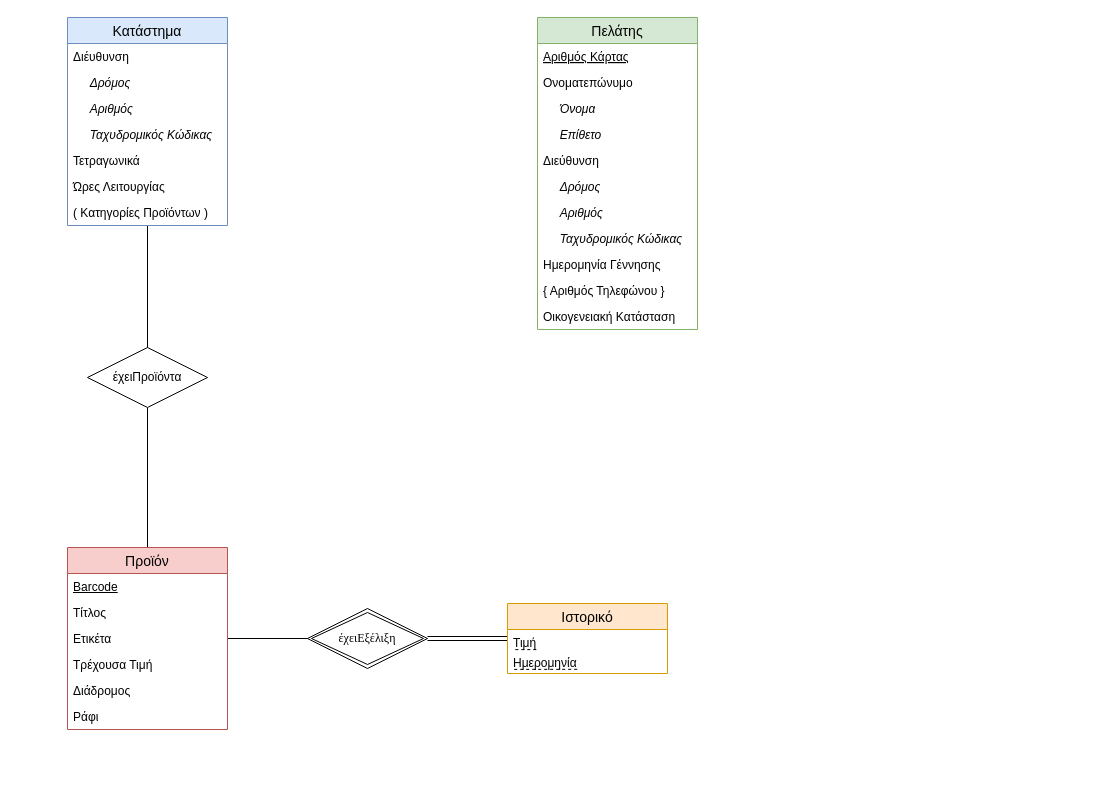
Before: Market_ERDiagram.drawio in konskov/DataBases, a draw.io diagram. Source tidied: cells renumbered, new cells numbered last; positions are measured from the earlier drawing's top-left corner, leaving out a move shared by most shapes. Both pictures are drawn from the tidied source at 100%, with x=0, y=0 at pixel (67, 17).
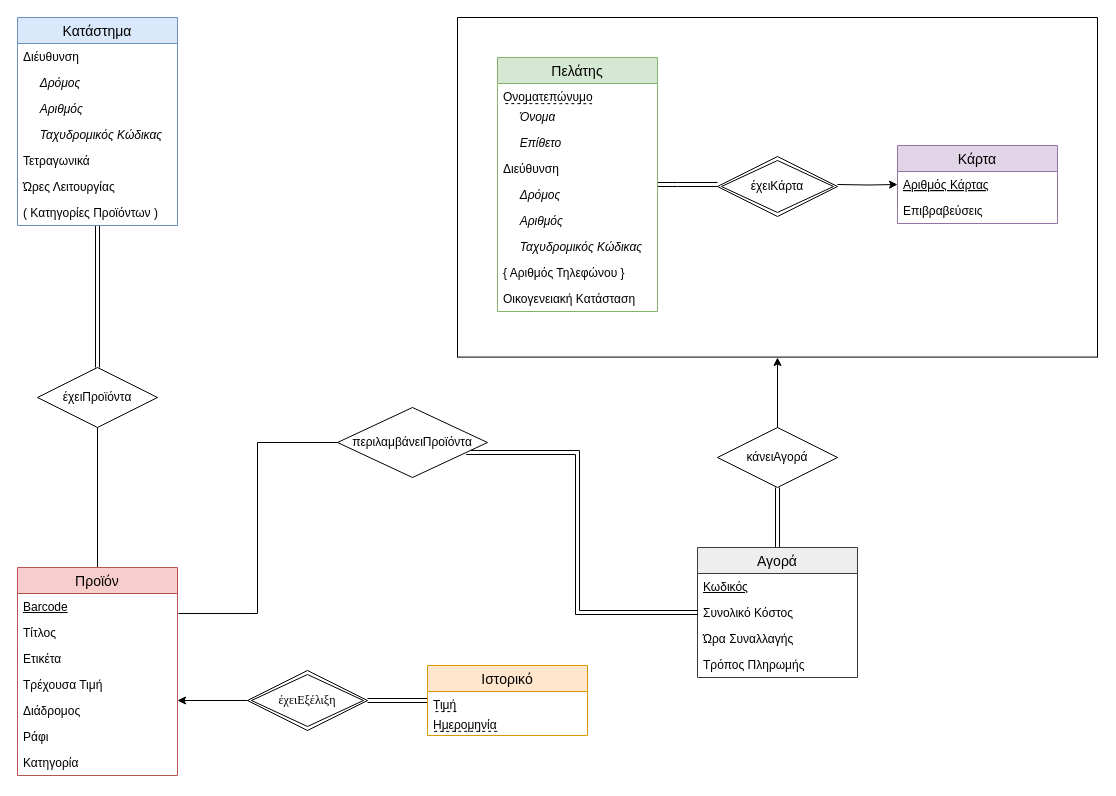
The same diagram, later.

Commit message:
Improvements on ER digram

The change refers to these unchanged cells:
```xml
<mxCell id="17" value="&lt;u&gt;Barcode&lt;/u&gt;" style="text;strokeColor=none;fillColor=none;spacingLeft=4;spacingRight=4;overflow=hidden;points=[[0,0.5],[1,0.5]];portConstraint=eastwest;fontSize=12;dashed=1;labelBackgroundColor=none;align=left;html=1;" parent="16" vertex="1">
  <mxGeometry y="26" width="160" height="26" as="geometry" />
</mxCell>
```

What changed in the source:
```diff
@@
     <mxCell id="3" value="έχειΠροϊόντα" style="shape=rhombus;perimeter=rhombusPerimeter;whiteSpace=wrap;html=1;align=center;" parent="1" vertex="1">
-      <mxGeometry x="20" y="330" width="120" height="60" as="geometry" />
+      <mxGeometry x="-30" y="350" width="120" height="60" as="geometry" />
     </mxCell>
-    <mxCell id="4" style="edgeStyle=orthogonalEdgeStyle;rounded=0;jettySize=auto;html=1;endArrow=none;endFill=0;fontFamily=Times New Roman;" parent="1" edge="1" source="5" target="3">
+    <mxCell id="4" style="edgeStyle=orthogonalEdgeStyle;rounded=0;jettySize=auto;html=1;endArrow=none;endFill=0;fontFamily=Times New Roman;shape=link;" parent="1" edge="1" source="5" target="3">
       <mxGeometry relative="1" as="geometry" />
     </mxCell>
+    <mxCell id="13" style="edgeStyle=orthogonalEdgeStyle;shape=link;rounded=0;jettySize=auto;html=1;endArrow=none;endFill=0;fontFamily=Times New Roman;" parent="1" edge="1" source="15" target="23">
+      <mxGeometry relative="1" as="geometry" />
+    </mxCell>
+    <mxCell id="14" style="edgeStyle=orthogonalEdgeStyle;rounded=0;jettySize=auto;html=1;endArrow=classic;endFill=1;fontFamily=Times New Roman;" parent="1" edge="1" source="15" target="16">
+      <mxGeometry relative="1" as="geometry">
+        <Array as="points">
+          <mxPoint x="180" y="683" />
+          <mxPoint x="180" y="683" />
+        </Array>
+      </mxGeometry>
+    </mxCell>
+    <mxCell id="15" value="έχειΕξέλιξη" style="shape=rhombus;double=1;perimeter=rhombusPerimeter;whiteSpace=wrap;html=1;align=center;labelBackgroundColor=none;fontFamily=Times New Roman;" parent="1" vertex="1">
+      <mxGeometry x="180" y="653" width="120" height="60" as="geometry" />
+    </mxCell>
+    <mxCell id="40" style="edgeStyle=orthogonalEdgeStyle;rounded=0;jettySize=auto;html=1;" parent="1" edge="1" target="29">
+      <mxGeometry relative="1" as="geometry">
+        <mxPoint x="770" y="167" as="sourcePoint" />
+      </mxGeometry>
+    </mxCell>
+    <mxCell id="41" style="edgeStyle=orthogonalEdgeStyle;rounded=0;jettySize=auto;html=1;shape=link;" parent="1" edge="1" target="34">
+      <mxGeometry relative="1" as="geometry">
+        <mxPoint x="650" y="167" as="sourcePoint" />
+        <Array as="points">
+          <mxPoint x="610" y="167" />
+          <mxPoint x="610" y="167" />
+        </Array>
+      </mxGeometry>
+    </mxCell>
+    <mxCell id="42" style="endArrow=none;html=1;" parent="1" edge="1">
+      <mxGeometry relative="1" as="geometry">
+        <mxPoint x="390" y="340" as="sourcePoint" />
+        <mxPoint x="390" as="targetPoint" />
+      </mxGeometry>
+    </mxCell>
+    <mxCell id="43" style="endArrow=none;html=1;" parent="1" edge="1">
+      <mxGeometry relative="1" as="geometry">
+        <mxPoint x="1030" y="340" as="sourcePoint" />
+        <mxPoint x="1030" as="targetPoint" />
+      </mxGeometry>
+    </mxCell>
+    <mxCell id="44" style="endArrow=none;html=1;" parent="1" edge="1">
+      <mxGeometry relative="1" as="geometry">
+        <mxPoint x="390" y="339.6" as="sourcePoint" />
+        <mxPoint x="1030" y="339.6" as="targetPoint" />
+      </mxGeometry>
+    </mxCell>
+    <mxCell id="45" style="endArrow=none;html=1;" parent="1" edge="1">
+      <mxGeometry relative="1" as="geometry">
+        <mxPoint x="390" as="sourcePoint" />
+        <mxPoint x="1030" as="targetPoint" />
+      </mxGeometry>
+    </mxCell>
+    <mxCell id="46" value="έχειΚάρτα" style="shape=rhombus;double=1;perimeter=rhombusPerimeter;whiteSpace=wrap;html=1;align=center;" parent="1" vertex="1">
+      <mxGeometry x="650" y="139" width="120" height="60" as="geometry" />
+    </mxCell>
+    <mxCell id="47" style="edgeStyle=orthogonalEdgeStyle;rounded=0;jettySize=auto;html=1;endArrow=classic;endFill=1;" parent="1" edge="1" source="49">
+      <mxGeometry relative="1" as="geometry">
+        <mxPoint x="710" y="340" as="targetPoint" />
+      </mxGeometry>
+    </mxCell>
+    <mxCell id="48" style="edgeStyle=orthogonalEdgeStyle;rounded=0;jettySize=auto;html=1;endArrow=classic;endFill=1;shape=link;" parent="1" edge="1" source="49" target="54">
+      <mxGeometry relative="1" as="geometry" />
+    </mxCell>
+    <mxCell id="49" value="κάνειΑγορά" style="shape=rhombus;perimeter=rhombusPerimeter;whiteSpace=wrap;html=1;align=center;" parent="1" vertex="1">
+      <mxGeometry x="650" y="410" width="120" height="60" as="geometry" />
+    </mxCell>
     <mxCell id="5" value="Κατάστημα" style="swimlane;fontStyle=0;horizontal=1;startSize=26;align=center;fontSize=14;fillColor=#dae8fc;strokeColor=#6c8ebf;" parent="1" vertex="1">
-      <mxGeometry width="160" height="208" as="geometry" />
+      <mxGeometry x="-50" width="160" height="208" as="geometry" />
     </mxCell>
@@
-    <mxCell id="13" style="edgeStyle=orthogonalEdgeStyle;shape=link;rounded=0;jettySize=auto;html=1;endArrow=none;endFill=0;fontFamily=Times New Roman;" parent="1" edge="1" source="15" target="23">
-      <mxGeometry relative="1" as="geometry" />
-    </mxCell>
-    <mxCell id="14" style="edgeStyle=orthogonalEdgeStyle;rounded=0;jettySize=auto;html=1;endArrow=none;endFill=0;fontFamily=Times New Roman;" parent="1" edge="1" source="15" target="16">
-      <mxGeometry relative="1" as="geometry" />
-    </mxCell>
-    <mxCell id="15" value="έχειΕξέλιξη" style="shape=rhombus;double=1;perimeter=rhombusPerimeter;whiteSpace=wrap;html=1;align=center;labelBackgroundColor=none;fontFamily=Times New Roman;" parent="1" vertex="1">
-      <mxGeometry x="240" y="591" width="120" height="60" as="geometry" />
-    </mxCell>
     <mxCell id="16" value="Προϊόν" style="swimlane;fontStyle=0;horizontal=1;startSize=26;align=center;fontSize=14;fillColor=#f8cecc;strokeColor=#b85450;" parent="1" vertex="1">
-      <mxGeometry y="530" width="160" height="182" as="geometry" />
+      <mxGeometry x="-50" y="550" width="160" height="208" as="geometry" />
     </mxCell>
@@
+    <mxCell id="50" value="Κατηγορία" style="text;strokeColor=none;fillColor=none;spacingLeft=4;spacingRight=4;overflow=hidden;fontSize=12;" parent="16" vertex="1">
+      <mxGeometry y="182" width="160" height="26" as="geometry" />
+    </mxCell>
     <mxCell id="23" value="Ιστορικό" style="swimlane;fontStyle=0;horizontal=1;startSize=26;align=center;fontSize=14;fillColor=#ffe6cc;strokeColor=#d79b00;" parent="1" vertex="1">
-      <mxGeometry x="440" y="586" width="160" height="70" as="geometry" />
+      <mxGeometry x="360" y="648" width="160" height="70" as="geometry" />
     </mxCell>
@@
     <mxCell id="28" value="Πελάτης" style="swimlane;fontStyle=0;horizontal=1;startSize=26;align=center;fontSize=14;fillColor=#d5e8d4;strokeColor=#82b366;" parent="1" vertex="1">
-      <mxGeometry x="470" width="160" height="312" as="geometry" />
+      <mxGeometry x="430" y="40" width="160" height="254" as="geometry" />
     </mxCell>
-    <mxCell id="29" value="Αριθμός Κάρτας" style="text;strokeColor=none;fillColor=none;spacingLeft=4;spacingRight=4;overflow=hidden;points=[[0,0.5],[1,0.5]];portConstraint=eastwest;fontSize=12;fontStyle=4;verticalAlign=middle;labelBorderColor=none;labelBackgroundColor=none;" parent="28" vertex="1">
-      <mxGeometry y="26" width="160" height="26" as="geometry" />
-    </mxCell>
-    <mxCell id="30" value="Ονοματεπώνυμο" style="text;strokeColor=none;fillColor=none;spacingLeft=4;spacingRight=4;overflow=hidden;fontSize=12;" parent="28" vertex="1">
-      <mxGeometry y="52" width="160" height="26" as="geometry" />
+    <mxCell id="30" value="Ονοματεπώνυμο" style="text;strokeColor=none;fillColor=none;spacingLeft=4;spacingRight=4;overflow=hidden;fontSize=12;html=1;align=left;fontStyle=0;dashed=1;horizontal=1;" parent="28" vertex="1">
+      <mxGeometry y="26" width="160" height="20" as="geometry" />
     </mxCell>
+    <mxCell id="51" style="endArrow=none;dashed=1;html=1;fontFamily=Times New Roman;exitX=0.049;exitY=0.004;exitDx=0;exitDy=0;exitPerimeter=0;entryX=0.591;entryY=0.007;entryDx=0;entryDy=0;entryPerimeter=0;" parent="28" edge="1">
+      <mxGeometry relative="1" as="geometry">
+        <mxPoint x="7.8" y="46.1" as="sourcePoint" />
+        <mxPoint x="94.6" y="46.2" as="targetPoint" />
+      </mxGeometry>
+    </mxCell>
     <mxCell id="31" value="&lt;i&gt;&amp;nbsp; &amp;nbsp; &amp;nbsp;Όνομα&lt;/i&gt;" style="text;strokeColor=none;fillColor=none;spacingLeft=4;spacingRight=4;overflow=hidden;fontSize=12;dashed=1;labelBackgroundColor=none;align=left;html=1;" parent="28" vertex="1">
-      <mxGeometry y="78" width="160" height="26" as="geometry" />
+      <mxGeometry y="46" width="160" height="26" as="geometry" />
     </mxCell>
     <mxCell id="32" value="&lt;i&gt;&amp;nbsp; &amp;nbsp; &amp;nbsp;Επίθετο&lt;/i&gt;" style="text;strokeColor=none;fillColor=none;spacingLeft=4;spacingRight=4;overflow=hidden;fontSize=12;dashed=1;labelBackgroundColor=none;align=left;html=1;" parent="28" vertex="1">
-      <mxGeometry y="104" width="160" height="26" as="geometry" />
+      <mxGeometry y="72" width="160" height="26" as="geometry" />
     </mxCell>
     <mxCell id="33" value="Διεύθυνση" style="text;strokeColor=none;fillColor=none;spacingLeft=4;spacingRight=4;overflow=hidden;fontSize=12;dashed=1;labelBackgroundColor=none;align=left;html=1;" parent="28" vertex="1">
-      <mxGeometry y="130" width="160" height="26" as="geometry" />
+      <mxGeometry y="98" width="160" height="26" as="geometry" />
     </mxCell>
     <mxCell id="34" value="&lt;i&gt;&amp;nbsp; &amp;nbsp; &amp;nbsp;Δρόμος&lt;/i&gt;" style="text;strokeColor=none;fillColor=none;spacingLeft=4;spacingRight=4;overflow=hidden;points=[[0,0.5],[1,0.5]];portConstraint=eastwest;fontSize=12;dashed=1;labelBackgroundColor=none;align=left;html=1;" parent="28" vertex="1">
-      <mxGeometry y="156" width="160" height="26" as="geometry" />
+      <mxGeometry y="124" width="160" height="26" as="geometry" />
     </mxCell>
     <mxCell id="35" value="&lt;i&gt;&amp;nbsp; &amp;nbsp; &amp;nbsp;Αριθμός&lt;/i&gt;" style="text;strokeColor=none;fillColor=none;spacingLeft=4;spacingRight=4;overflow=hidden;fontSize=12;dashed=1;labelBackgroundColor=none;align=left;html=1;" parent="28" vertex="1">
-      <mxGeometry y="182" width="160" height="26" as="geometry" />
+      <mxGeometry y="150" width="160" height="26" as="geometry" />
     </mxCell>
     <mxCell id="36" value="&lt;i&gt;&amp;nbsp; &amp;nbsp; &amp;nbsp;Ταχυδρομικός Κώδικας&lt;/i&gt;" style="text;strokeColor=none;fillColor=none;spacingLeft=4;spacingRight=4;overflow=hidden;fontSize=12;dashed=1;labelBackgroundColor=none;align=left;html=1;" parent="28" vertex="1">
-      <mxGeometry y="208" width="160" height="26" as="geometry" />
+      <mxGeometry y="176" width="160" height="26" as="geometry" />
     </mxCell>
-    <mxCell id="37" value="Ημερομηνία Γέννησης" style="text;strokeColor=none;fillColor=none;spacingLeft=4;spacingRight=4;overflow=hidden;fontSize=12;" parent="28" vertex="1">
-      <mxGeometry y="234" width="160" height="26" as="geometry" />
-    </mxCell>
     <mxCell id="38" value="{ Αριθμός Τηλεφώνου }" style="text;strokeColor=none;fillColor=none;spacingLeft=4;spacingRight=4;overflow=hidden;fontSize=12;dashed=1;labelBackgroundColor=none;align=left;html=1;" parent="28" vertex="1">
-      <mxGeometry y="260" width="160" height="26" as="geometry" />
+      <mxGeometry y="202" width="160" height="26" as="geometry" />
     </mxCell>
     <mxCell id="39" value="Οικογενειακή Κατάσταση" style="text;strokeColor=none;fillColor=none;spacingLeft=4;spacingRight=4;overflow=hidden;fontSize=12;" parent="28" vertex="1">
-      <mxGeometry y="286" width="160" height="26" as="geometry" />
+      <mxGeometry y="228" width="160" height="26" as="geometry" />
     </mxCell>
+    <mxCell id="52" value="Κάρτα" style="swimlane;fontStyle=0;horizontal=1;startSize=26;align=center;fontSize=14;fillColor=#e1d5e7;strokeColor=#9673a6;" parent="1" vertex="1">
+      <mxGeometry x="830" y="128" width="160" height="78" as="geometry" />
+    </mxCell>
+    <mxCell id="29" value="Αριθμός Κάρτας" style="text;strokeColor=none;fillColor=none;spacingLeft=4;spacingRight=4;overflow=hidden;points=[[0,0.5],[1,0.5]];portConstraint=eastwest;fontSize=12;fontStyle=4;" parent="52" vertex="1">
+      <mxGeometry y="26" width="160" height="26" as="geometry" />
+    </mxCell>
+    <mxCell id="53" value="Επιβραβεύσεις" style="text;strokeColor=none;fillColor=none;spacingLeft=4;spacingRight=4;overflow=hidden;fontSize=12;" parent="52" vertex="1">
+      <mxGeometry y="52" width="160" height="26" as="geometry" />
+    </mxCell>
+    <mxCell id="54" value="Αγορά" style="swimlane;fontStyle=0;horizontal=1;startSize=26;align=center;fontSize=14;fillColor=#eeeeee;strokeColor=#36393d;" parent="1" vertex="1">
+      <mxGeometry x="630" y="530" width="160" height="130" as="geometry" />
+    </mxCell>
+    <mxCell id="55" value="&lt;u&gt;Κωδικός&lt;/u&gt;" style="text;strokeColor=none;fillColor=none;spacingLeft=4;spacingRight=4;overflow=hidden;fontSize=12;dashed=1;labelBackgroundColor=none;align=left;html=1;" parent="54" vertex="1">
+      <mxGeometry y="26" width="160" height="26" as="geometry" />
+    </mxCell>
+    <mxCell id="56" value="Συνολικό Κόστος" style="text;strokeColor=none;fillColor=none;spacingLeft=4;spacingRight=4;overflow=hidden;fontSize=12;fontStyle=0;" parent="54" vertex="1">
+      <mxGeometry y="52" width="160" height="26" as="geometry" />
+    </mxCell>
+    <mxCell id="57" value="Ώρα Συναλλαγής" style="text;strokeColor=none;fillColor=none;spacingLeft=4;spacingRight=4;overflow=hidden;fontSize=12;fontStyle=0;" parent="54" vertex="1">
+      <mxGeometry y="78" width="160" height="26" as="geometry" />
+    </mxCell>
+    <mxCell id="58" value="Τρόπος Πληρωμής" style="text;strokeColor=none;fillColor=none;spacingLeft=4;spacingRight=4;overflow=hidden;fontSize=12;" parent="54" vertex="1">
+      <mxGeometry y="104" width="160" height="26" as="geometry" />
+    </mxCell>
+    <mxCell id="59" style="edgeStyle=orthogonalEdgeStyle;shape=link;rounded=0;jettySize=auto;html=1;endArrow=classic;endFill=1;" parent="1" edge="1" source="61" target="54">
+      <mxGeometry relative="1" as="geometry">
+        <Array as="points">
+          <mxPoint x="510" y="435" />
+          <mxPoint x="510" y="595" />
+        </Array>
+      </mxGeometry>
+    </mxCell>
+    <mxCell id="60" style="edgeStyle=orthogonalEdgeStyle;rounded=0;jettySize=auto;html=1;entryX=1.006;entryY=0.769;entryDx=0;entryDy=0;entryPerimeter=0;endArrow=none;endFill=0;exitX=0;exitY=0.5;exitDx=0;exitDy=0;" parent="1" edge="1" source="61" target="17">
+      <mxGeometry relative="1" as="geometry" />
+    </mxCell>
+    <mxCell id="61" value="περιλαμβάνειΠροϊόντα" style="shape=rhombus;perimeter=rhombusPerimeter;whiteSpace=wrap;html=1;align=center;" parent="1" vertex="1">
+      <mxGeometry x="270" y="390" width="150" height="70" as="geometry" />
+    </mxCell>
```
